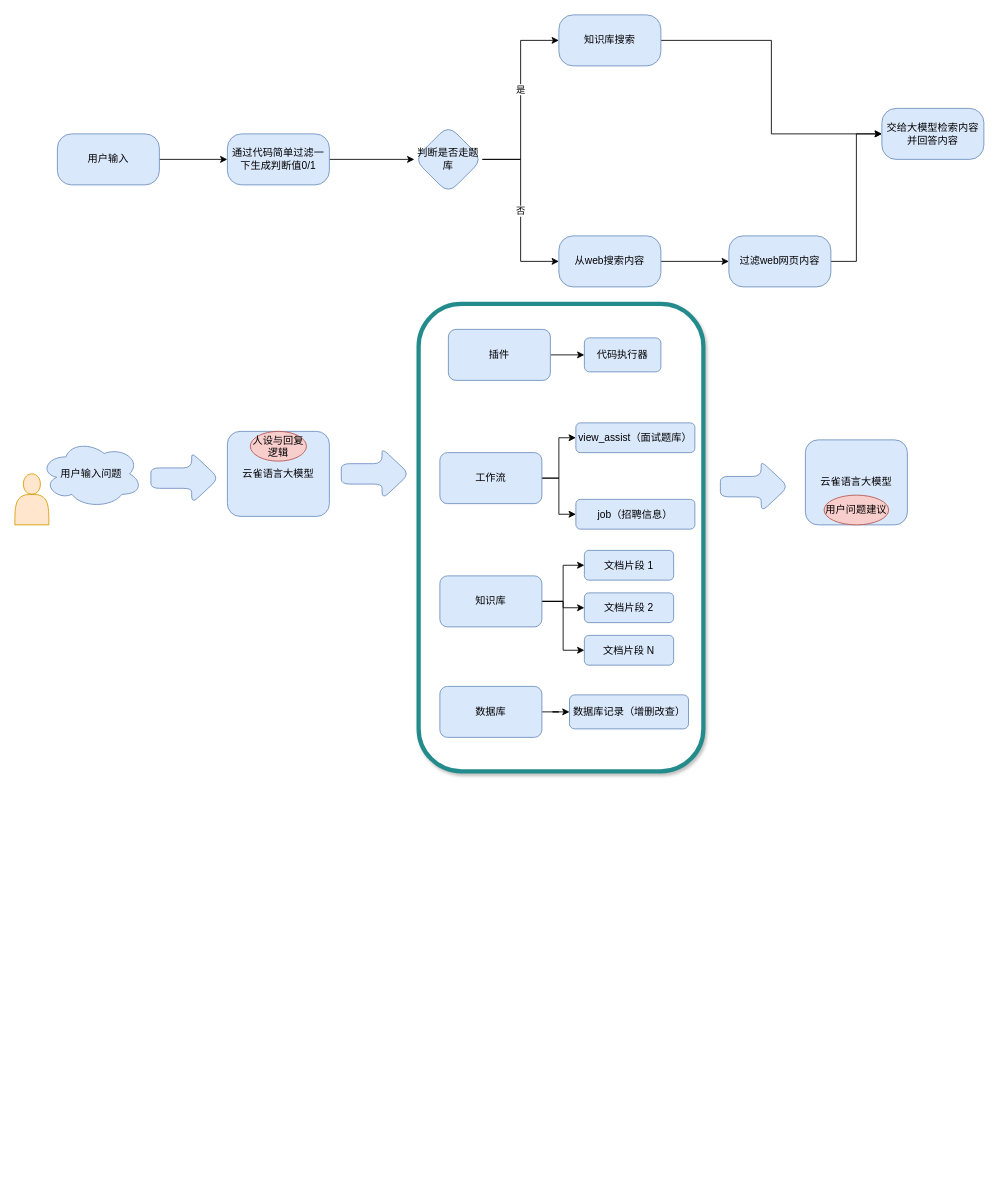
Before: 测试.drawio in StudiousXiaoYu/draw, a draw.io diagram. Source tidied: cells renumbered, new cells numbered last; positions are measured from the earlier drawing's top-left corner, leaving out a move shared by most shapes. Both pictures are drawn from the tidied source at 85%, with x=0, y=0 at pixel (14, 14).
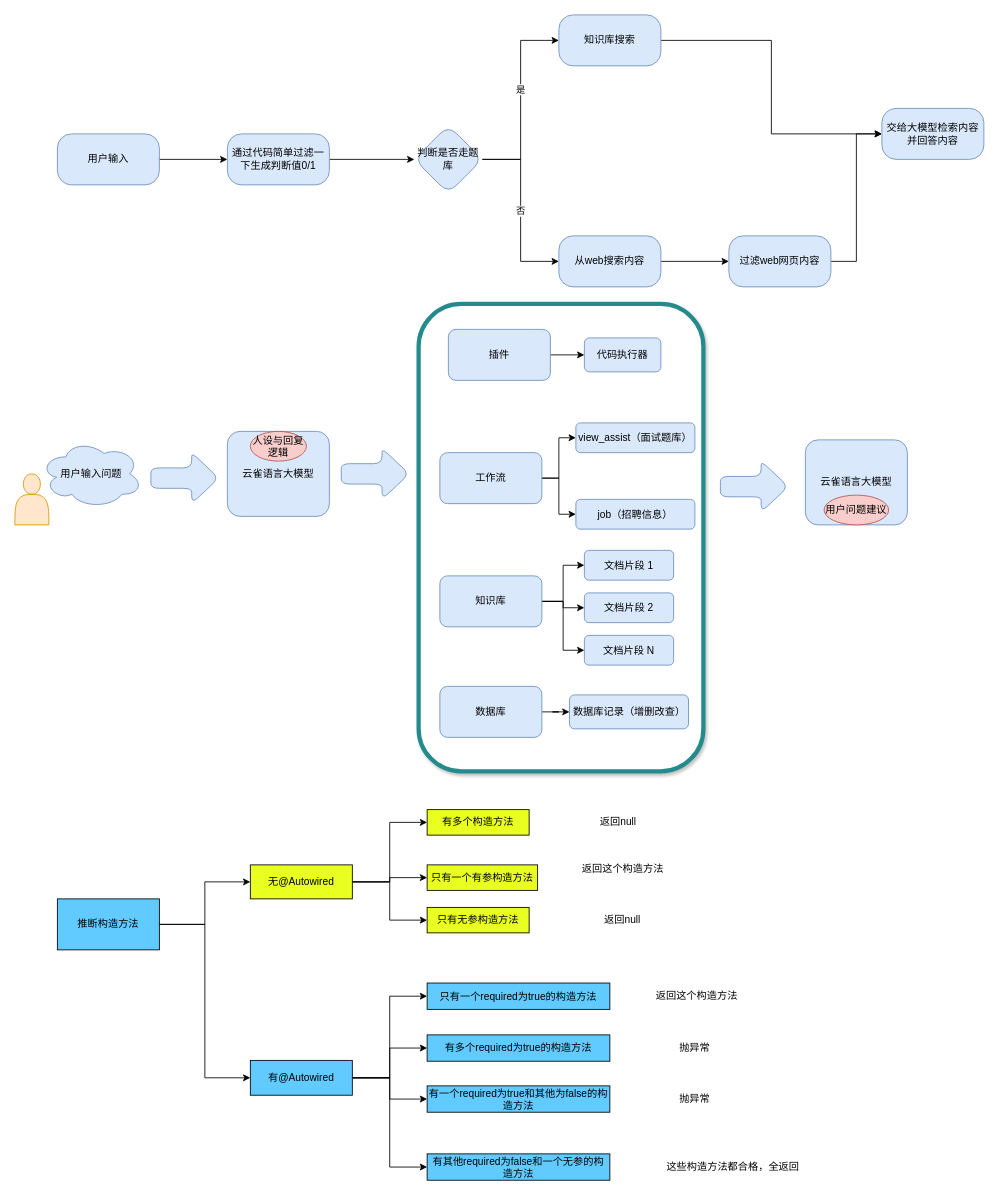
Above is the later version.

What changed in the source:
```diff
@@
+    <mxCell id="46" style="edgeStyle=orthogonalEdgeStyle;rounded=0;jettySize=auto;html=1;exitX=1;exitY=0.5;exitDx=0;exitDy=0;entryX=0;entryY=0.5;entryDx=0;entryDy=0;" parent="1" edge="1" source="48" target="52">
+      <mxGeometry relative="1" as="geometry" />
+    </mxCell>
+    <mxCell id="47" style="edgeStyle=orthogonalEdgeStyle;rounded=0;jettySize=auto;html=1;exitX=1;exitY=0.5;exitDx=0;exitDy=0;entryX=0;entryY=0.5;entryDx=0;entryDy=0;" parent="1" edge="1" source="48" target="57">
+      <mxGeometry relative="1" as="geometry" />
+    </mxCell>
+    <mxCell id="48" value="推断构造方法" style="rounded=0;whiteSpace=wrap;html=1;fillColor=#61CAFF;" parent="1" vertex="1">
+      <mxGeometry x="50" y="1040" width="120" height="60" as="geometry" />
+    </mxCell>
+    <mxCell id="49" style="edgeStyle=orthogonalEdgeStyle;rounded=0;jettySize=auto;html=1;exitX=1;exitY=0.5;exitDx=0;exitDy=0;entryX=0;entryY=0.5;entryDx=0;entryDy=0;" parent="1" edge="1" source="52" target="58">
+      <mxGeometry relative="1" as="geometry" />
+    </mxCell>
+    <mxCell id="50" style="edgeStyle=orthogonalEdgeStyle;rounded=0;jettySize=auto;html=1;exitX=1;exitY=0.5;exitDx=0;exitDy=0;entryX=0;entryY=0.5;entryDx=0;entryDy=0;" parent="1" edge="1" source="52" target="60">
+      <mxGeometry relative="1" as="geometry" />
+    </mxCell>
+    <mxCell id="51" style="edgeStyle=orthogonalEdgeStyle;rounded=0;jettySize=auto;html=1;exitX=1;exitY=0.5;exitDx=0;exitDy=0;entryX=0;entryY=0.5;entryDx=0;entryDy=0;" parent="1" edge="1" source="52" target="62">
+      <mxGeometry relative="1" as="geometry" />
+    </mxCell>
+    <mxCell id="52" value="无@Autowired" style="rounded=0;whiteSpace=wrap;html=1;fillColor=#E9FF1F;" parent="1" vertex="1">
+      <mxGeometry x="277" y="1000" width="120" height="40" as="geometry" />
+    </mxCell>
+    <mxCell id="53" style="edgeStyle=orthogonalEdgeStyle;rounded=0;jettySize=auto;html=1;exitX=1;exitY=0.5;exitDx=0;exitDy=0;entryX=0;entryY=0.5;entryDx=0;entryDy=0;" parent="1" edge="1" source="57" target="64">
+      <mxGeometry relative="1" as="geometry" />
+    </mxCell>
+    <mxCell id="54" style="edgeStyle=orthogonalEdgeStyle;rounded=0;jettySize=auto;html=1;exitX=1;exitY=0.5;exitDx=0;exitDy=0;entryX=0;entryY=0.5;entryDx=0;entryDy=0;" parent="1" edge="1" source="57" target="65">
+      <mxGeometry relative="1" as="geometry" />
+    </mxCell>
+    <mxCell id="55" style="edgeStyle=orthogonalEdgeStyle;rounded=0;jettySize=auto;html=1;exitX=1;exitY=0.5;exitDx=0;exitDy=0;entryX=0;entryY=0.5;entryDx=0;entryDy=0;" parent="1" edge="1" source="57" target="68">
+      <mxGeometry relative="1" as="geometry" />
+    </mxCell>
+    <mxCell id="56" style="edgeStyle=orthogonalEdgeStyle;rounded=0;jettySize=auto;html=1;exitX=1;exitY=0.5;exitDx=0;exitDy=0;entryX=0;entryY=0.5;entryDx=0;entryDy=0;" parent="1" edge="1" source="57" target="70">
+      <mxGeometry relative="1" as="geometry" />
+    </mxCell>
+    <mxCell id="57" value="有@Autowired" style="rounded=0;whiteSpace=wrap;html=1;fillColor=#61CAFF;" parent="1" vertex="1">
+      <mxGeometry x="277" y="1230" width="120" height="41" as="geometry" />
+    </mxCell>
+    <mxCell id="58" value="有多个构造方法" style="rounded=0;whiteSpace=wrap;html=1;fillColor=#E9FF1F;" parent="1" vertex="1">
+      <mxGeometry x="485" y="935" width="120" height="30" as="geometry" />
+    </mxCell>
+    <mxCell id="59" value="返回null" style="text;html=1;align=center;verticalAlign=middle;whiteSpace=wrap;rounded=0;" parent="1" vertex="1">
+      <mxGeometry x="680" y="935" width="60" height="30" as="geometry" />
+    </mxCell>
+    <mxCell id="60" value="只有一个有参构造方法" style="rounded=0;whiteSpace=wrap;html=1;fillColor=#E9FF1F;" parent="1" vertex="1">
+      <mxGeometry x="485" y="1000" width="130" height="30" as="geometry" />
+    </mxCell>
+    <mxCell id="61" value="返回这个构造方法" style="text;html=1;align=center;verticalAlign=middle;whiteSpace=wrap;rounded=0;" parent="1" vertex="1">
+      <mxGeometry x="662.5" y="990" width="105" height="30" as="geometry" />
+    </mxCell>
+    <mxCell id="62" value="只有无参构造方法" style="rounded=0;whiteSpace=wrap;html=1;fillColor=#E9FF1F;" parent="1" vertex="1">
+      <mxGeometry x="485" y="1050" width="120" height="30" as="geometry" />
+    </mxCell>
+    <mxCell id="63" value="返回null" style="text;html=1;align=center;verticalAlign=middle;whiteSpace=wrap;rounded=0;" parent="1" vertex="1">
+      <mxGeometry x="685" y="1050" width="60" height="30" as="geometry" />
+    </mxCell>
+    <mxCell id="64" value="只有一个required为true的构造方法" style="rounded=0;whiteSpace=wrap;html=1;fillColor=#61CAFF;" parent="1" vertex="1">
+      <mxGeometry x="485" y="1139" width="215" height="31" as="geometry" />
+    </mxCell>
+    <mxCell id="65" value="有多个required为true的构造方法" style="rounded=0;whiteSpace=wrap;html=1;fillColor=#61CAFF;" parent="1" vertex="1">
+      <mxGeometry x="485" y="1200" width="215" height="31" as="geometry" />
+    </mxCell>
+    <mxCell id="66" value="返回这个构造方法" style="text;html=1;align=center;verticalAlign=middle;whiteSpace=wrap;rounded=0;" parent="1" vertex="1">
+      <mxGeometry x="750" y="1139" width="105" height="30" as="geometry" />
+    </mxCell>
+    <mxCell id="67" value="抛异常" style="text;html=1;align=center;verticalAlign=middle;whiteSpace=wrap;rounded=0;" parent="1" vertex="1">
+      <mxGeometry x="770" y="1200" width="60" height="30" as="geometry" />
+    </mxCell>
+    <mxCell id="68" value="有一个required为true和其他为false的构造方法" style="rounded=0;whiteSpace=wrap;html=1;fillColor=#61CAFF;" parent="1" vertex="1">
+      <mxGeometry x="485" y="1260" width="215" height="31" as="geometry" />
+    </mxCell>
+    <mxCell id="69" value="抛异常" style="text;html=1;align=center;verticalAlign=middle;whiteSpace=wrap;rounded=0;" parent="1" vertex="1">
+      <mxGeometry x="770" y="1261" width="60" height="30" as="geometry" />
+    </mxCell>
+    <mxCell id="70" value="有其他required为false和一个无参的构造方法" style="rounded=0;whiteSpace=wrap;html=1;fillColor=#61CAFF;" parent="1" vertex="1">
+      <mxGeometry x="485" y="1340" width="215" height="31" as="geometry" />
+    </mxCell>
+    <mxCell id="71" value="这些构造方法都合格，全返回" style="text;html=1;align=center;verticalAlign=middle;whiteSpace=wrap;rounded=0;" parent="1" vertex="1">
+      <mxGeometry x="750" y="1341" width="190" height="29" as="geometry" />
+    </mxCell>
```
